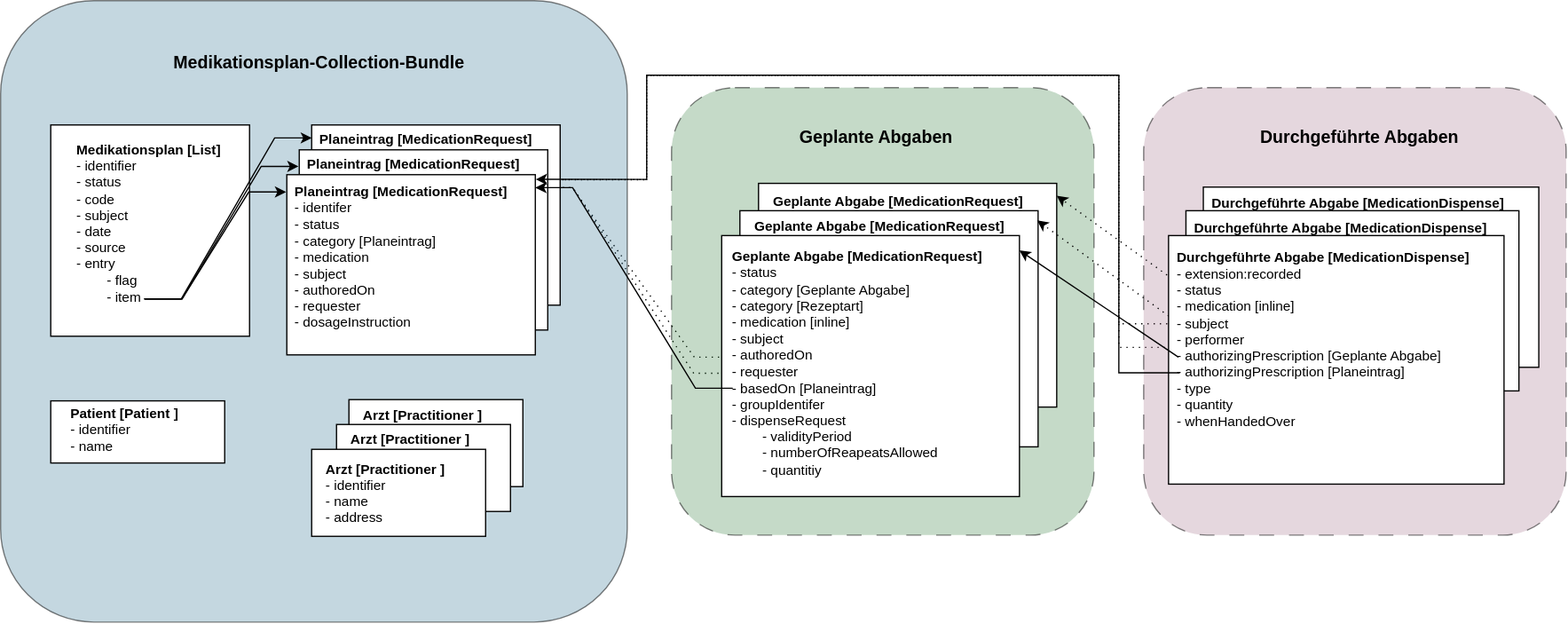
Before: r4-ELGA-e-Medikation-main/Uebersicht_e_Medikation_Ressourcen.drawio.svg, a diagram exported from draw.io (HL7Austria/hl7austria.github.io). Source tidied: cells renumbered, new cells last; positions are measured from the earlier drawing's top-left corner, leaving out a move shared by most shapes.
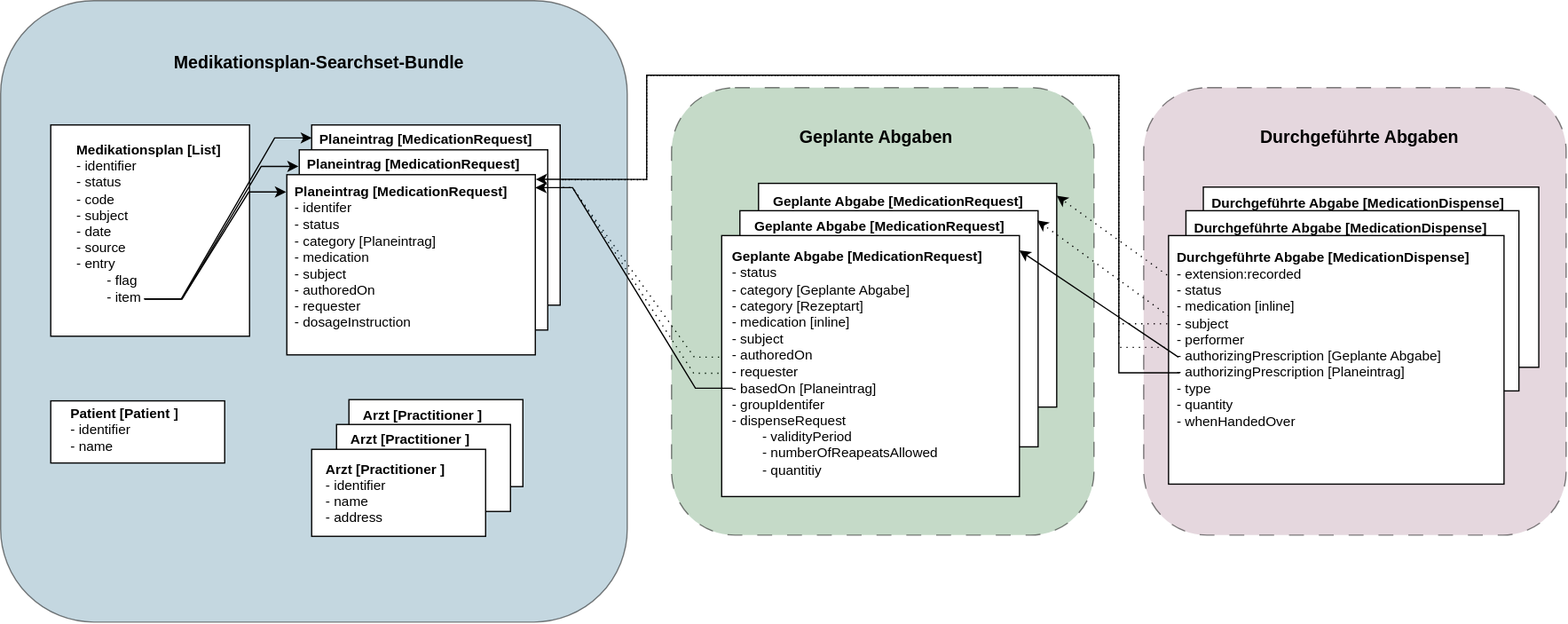
After the commit.

What changed in the source:
```diff
@@ -40,7 +40,7 @@
     <mxCell id="8" style="rounded=1;whiteSpace=wrap;html=1;fillColor=#15608280;strokeColor=#000000;opacity=50;fontSize=11;" parent="1" vertex="1">
       <mxGeometry width="504.4" height="500" as="geometry" />
     </mxCell>
-    <mxCell id="9" value="&lt;span&gt;&lt;font style=&quot;font-size: 14px;&quot;&gt;Medikationsplan-Collection-Bundle&lt;/font&gt;&lt;/span&gt;" style="text;html=1;whiteSpace=wrap;strokeColor=none;fillColor=none;align=center;verticalAlign=middle;rounded=0;fontStyle=1;fontSize=11;" parent="1" vertex="1">
+    <mxCell id="9" value="&lt;span&gt;&lt;font style=&quot;font-size: 14px;&quot;&gt;Medikationsplan-Searchset-Bundle&lt;/font&gt;&lt;/span&gt;" style="text;html=1;whiteSpace=wrap;strokeColor=none;fillColor=none;align=center;verticalAlign=middle;rounded=0;fontStyle=1;fontSize=11;" parent="1" vertex="1">
       <mxGeometry x="105.2" y="20" width="302.8" height="60" as="geometry" />
     </mxCell>
     <mxCell id="10" style="rounded=0;whiteSpace=wrap;html=1;fontSize=11;" parent="1" vertex="1">
```
